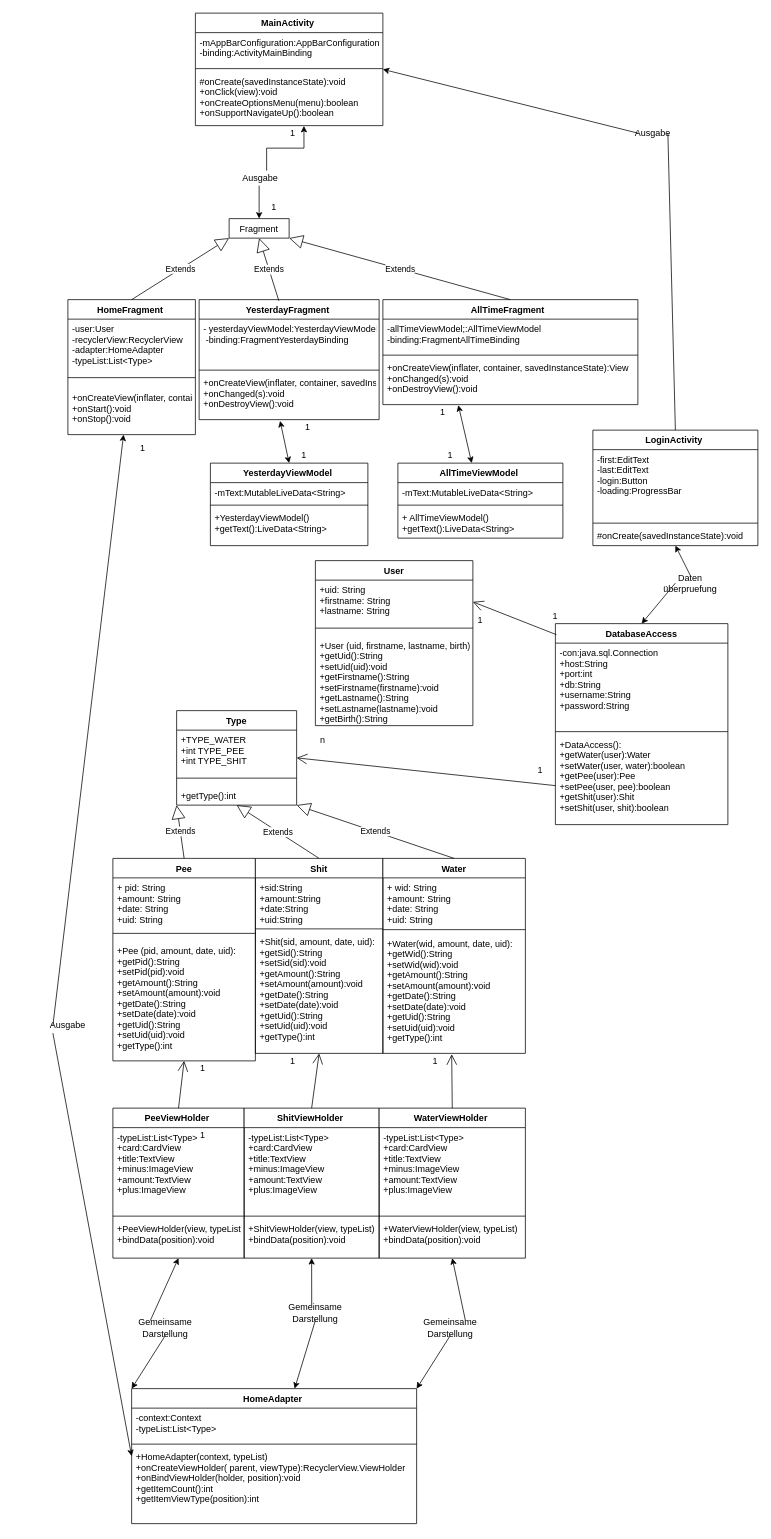
Above: Diagramme/Copy of Klassendiagramm.drawio in olisonsturm/LifestyleTracker (draw.io), before the change. Source tidied: cells renumbered, new cells numbered last; positions are measured from the earlier drawing's top-left corner, leaving out a move shared by most shapes. Both pictures are drawn from the tidied source at 75%, with x=0, y=0 at pixel (52, 13).
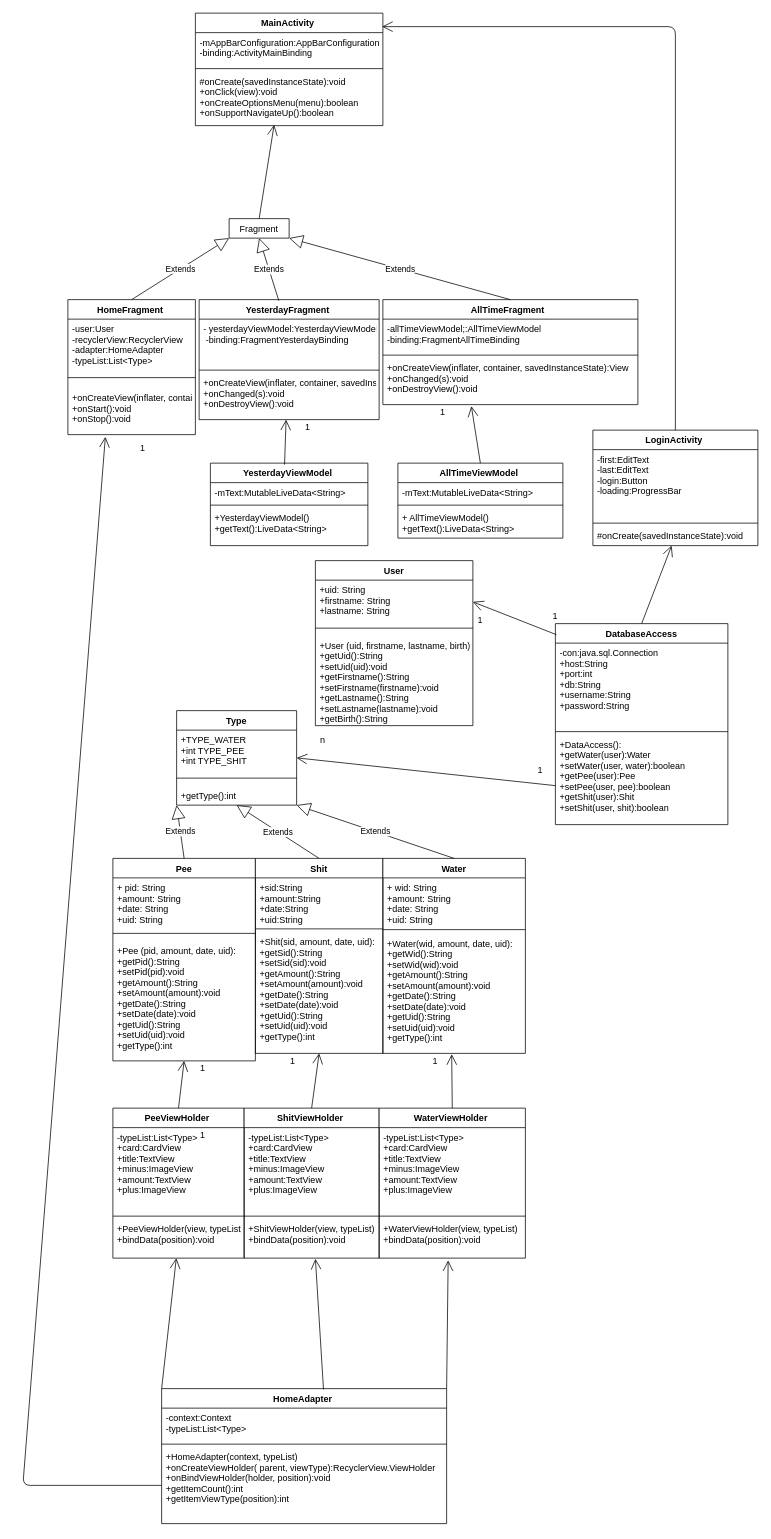
Above is the later version.

Unchanged cells that the change refers to:
```xml
<mxCell id="21" value="+HomeAdapter(context, typeList)&#10;+onCreateViewHolder( parent, viewType):RecyclerView.ViewHolder&#10;+onBindViewHolder(holder, position):void&#10;+getItemCount():int&#10;+getItemViewType(position):int" style="text;strokeColor=none;fillColor=none;align=left;verticalAlign=top;spacingLeft=4;spacingRight=4;overflow=hidden;points=[[0,0.5],[1,0.5]];portConstraint=eastwest;" parent="18" vertex="1">
  <mxGeometry y="78" width="380" height="102" as="geometry" />
</mxCell>
<mxCell id="22" value=" PeeViewHolder " style="swimlane;fontStyle=1;align=center;verticalAlign=top;horizontal=1;startSize=26;" parent="1" vertex="1">
  <mxGeometry x="80" y="1460" width="175" height="200" as="geometry" />
</mxCell>
<mxCell id="25" value="+PeeViewHolder(view, typeList)&#10;+bindData(position):void&#10;" style="text;strokeColor=none;fillColor=none;align=left;verticalAlign=top;spacingLeft=4;spacingRight=4;overflow=hidden;points=[[0,0.5],[1,0.5]];portConstraint=eastwest;" parent="22" vertex="1">
  <mxGeometry y="148" width="175" height="52" as="geometry" />
</mxCell>
<mxCell id="26" value="ShitViewHolder " style="swimlane;fontStyle=1;align=center;verticalAlign=top;horizontal=1;startSize=26;" parent="1" vertex="1">
  <mxGeometry x="255" y="1460" width="180" height="200" as="geometry" />
</mxCell>
<mxCell id="29" value="+ShitViewHolder(view, typeList)&#10;+bindData(position):void&#10;" style="text;strokeColor=none;fillColor=none;align=left;verticalAlign=top;spacingLeft=4;spacingRight=4;overflow=hidden;points=[[0,0.5],[1,0.5]];portConstraint=eastwest;" parent="26" vertex="1">
  <mxGeometry y="148" width="180" height="52" as="geometry" />
</mxCell>
<mxCell id="30" value="WaterViewHolder " style="swimlane;fontStyle=1;align=center;verticalAlign=top;horizontal=1;startSize=26;" parent="1" vertex="1">
  <mxGeometry x="435" y="1460" width="195" height="200" as="geometry" />
</mxCell>
<mxCell id="33" value="+WaterViewHolder(view, typeList)&#10;+bindData(position):void&#10;" style="text;strokeColor=none;fillColor=none;align=left;verticalAlign=top;spacingLeft=4;spacingRight=4;overflow=hidden;points=[[0,0.5],[1,0.5]];portConstraint=eastwest;" parent="30" vertex="1">
  <mxGeometry y="148" width="195" height="52" as="geometry" />
</mxCell>
<mxCell id="34" value="MainActivity " style="swimlane;fontStyle=1;align=center;verticalAlign=top;horizontal=1;startSize=26;" parent="1" vertex="1">
  <mxGeometry x="190" width="250" height="150" as="geometry" />
</mxCell>
<mxCell id="37" value="#onCreate(savedInstanceState):void&#10;+onClick(view):void&#10;+onCreateOptionsMenu(menu):boolean&#10;+onSupportNavigateUp():boolean&#10; " style="text;strokeColor=none;fillColor=none;align=left;verticalAlign=top;spacingLeft=4;spacingRight=4;overflow=hidden;points=[[0,0.5],[1,0.5]];portConstraint=eastwest;" parent="34" vertex="1">
  <mxGeometry y="78" width="250" height="72" as="geometry" />
</mxCell>
<mxCell id="41" value="+onCreateView(inflater, container, savedInstanceState):View&#10;+onChanged(s):void&#10;+onDestroyView():void" style="text;strokeColor=none;fillColor=none;align=left;verticalAlign=top;spacingLeft=4;spacingRight=4;overflow=hidden;points=[[0,0.5],[1,0.5]];portConstraint=eastwest;" parent="38" vertex="1">
  <mxGeometry y="78" width="340" height="62" as="geometry" />
</mxCell>
<mxCell id="42" value="AllTimeViewModel " style="swimlane;fontStyle=1;align=center;verticalAlign=top;horizontal=1;startSize=26;" parent="1" vertex="1">
  <mxGeometry x="460" y="600" width="220" height="100" as="geometry" />
</mxCell>
<mxCell id="46" value="HomeFragment " style="swimlane;fontStyle=1;align=center;verticalAlign=top;horizontal=1;startSize=26;" parent="1" vertex="1">
  <mxGeometry x="20" y="382" width="170" height="180" as="geometry" />
</mxCell>
<mxCell id="49" value="+onCreateView(inflater, container, savedInstanceState):View&#10;+onStart():void&#10;+onStop():void" style="text;strokeColor=none;fillColor=none;align=left;verticalAlign=top;spacingLeft=4;spacingRight=4;overflow=hidden;points=[[0,0.5],[1,0.5]];portConstraint=eastwest;" parent="46" vertex="1">
  <mxGeometry y="118" width="170" height="62" as="geometry" />
</mxCell>
<mxCell id="53" value="+onCreateView(inflater, container, savedInstanceState):View&#10;+onChanged(s):void&#10;+onDestroyView():void" style="text;strokeColor=none;fillColor=none;align=left;verticalAlign=top;spacingLeft=4;spacingRight=4;overflow=hidden;points=[[0,0.5],[1,0.5]];portConstraint=eastwest;" parent="50" vertex="1">
  <mxGeometry y="98" width="240" height="62" as="geometry" />
</mxCell>
<mxCell id="54" value="YesterdayViewModel " style="swimlane;fontStyle=1;align=center;verticalAlign=top;horizontal=1;startSize=26;" parent="1" vertex="1">
  <mxGeometry x="210" y="600" width="210" height="110" as="geometry" />
</mxCell>
<mxCell id="58" value="DatabaseAccess" style="swimlane;fontStyle=1;align=center;verticalAlign=top;horizontal=1;startSize=26;" parent="1" vertex="1">
  <mxGeometry x="670" y="814" width="230" height="268" as="geometry" />
</mxCell>
<mxCell id="62" value="LoginActivity " style="swimlane;fontStyle=1;align=center;verticalAlign=top;horizontal=1;startSize=26;" parent="1" vertex="1">
  <mxGeometry x="720" y="556" width="220" height="154" as="geometry" />
</mxCell>
<mxCell id="65" value="#onCreate(savedInstanceState):void" style="text;strokeColor=none;fillColor=none;align=left;verticalAlign=top;spacingLeft=4;spacingRight=4;overflow=hidden;points=[[0,0.5],[1,0.5]];portConstraint=eastwest;" parent="62" vertex="1">
  <mxGeometry y="128" width="220" height="26" as="geometry" />
</mxCell>
<mxCell id="74" value="Fragment" style="swimlane;fontStyle=0;horizontal=1;startSize=26;fillColor=none;" parent="1" vertex="1" collapsed="1">
  <mxGeometry x="235" y="274" width="80" height="26" as="geometry" />
</mxCell>
```

Diff of the diagram source:
```diff
@@
     <mxCell id="18" value="HomeAdapter " style="swimlane;fontStyle=1;align=center;verticalAlign=top;horizontal=1;startSize=26;" parent="1" vertex="1">
-      <mxGeometry x="105" y="1834" width="380" height="180" as="geometry" />
+      <mxGeometry x="145" y="1834" width="380" height="180" as="geometry" />
     </mxCell>
@@
-    <mxCell id="68" style="edgeStyle=orthogonalEdgeStyle;rounded=0;jettySize=auto;html=1;exitX=0.75;exitY=0;exitDx=0;exitDy=0;entryX=0.579;entryY=1.005;entryDx=0;entryDy=0;entryPerimeter=0;" parent="1" edge="1" source="70" target="37">
-      <mxGeometry relative="1" as="geometry" />
-    </mxCell>
-    <mxCell id="69" style="edgeStyle=orthogonalEdgeStyle;rounded=0;jettySize=auto;html=1;exitX=0.5;exitY=1;exitDx=0;exitDy=0;entryX=0.5;entryY=0;entryDx=0;entryDy=0;" parent="1" edge="1" source="70" target="74">
-      <mxGeometry relative="1" as="geometry" />
-    </mxCell>
-    <mxCell id="70" value="&amp;nbsp;Ausgabe" style="text;html=1;strokeColor=none;fillColor=none;align=center;verticalAlign=middle;whiteSpace=wrap;rounded=0;" parent="1" vertex="1">
-      <mxGeometry x="255" y="210" width="40" height="20" as="geometry" />
-    </mxCell>
-    <mxCell id="71" value="1" style="text;html=1;strokeColor=none;fillColor=none;align=center;verticalAlign=middle;whiteSpace=wrap;rounded=0;" parent="1" vertex="1">
-      <mxGeometry x="265" y="244" width="60" height="30" as="geometry" />
-    </mxCell>
-    <mxCell id="72" value="1" style="text;html=1;strokeColor=none;fillColor=none;align=center;verticalAlign=middle;whiteSpace=wrap;rounded=0;" parent="1" vertex="1">
-      <mxGeometry x="290" y="145" width="60" height="30" as="geometry" />
-    </mxCell>
@@
-    <mxCell id="80" style="endArrow=classic;html=1;exitX=0;exitY=0.5;exitDx=0;exitDy=0;entryX=1;entryY=0.5;entryDx=0;entryDy=0;startArrow=none;" parent="1" edge="1" source="81" target="34">
-      <mxGeometry relative="1" as="geometry" />
-    </mxCell>
-    <mxCell id="81" value="Ausgabe" style="text;html=1;strokeColor=none;fillColor=none;align=center;verticalAlign=middle;whiteSpace=wrap;rounded=0;" parent="1" vertex="1">
-      <mxGeometry x="780" y="150" width="40" height="20" as="geometry" />
-    </mxCell>
-    <mxCell id="82" style="endArrow=none;html=1;exitX=0.5;exitY=0;exitDx=0;exitDy=0;entryX=1;entryY=0.5;entryDx=0;entryDy=0;" parent="1" edge="1" source="62" target="81">
-      <mxGeometry relative="1" as="geometry" />
-    </mxCell>
-    <mxCell id="83" style="endArrow=classic;startArrow=none;html=1;entryX=0.5;entryY=1;entryDx=0;entryDy=0;exitX=0.5;exitY=0;exitDx=0;exitDy=0;" parent="1" edge="1" source="84" target="62">
-      <mxGeometry relative="1" as="geometry" />
-    </mxCell>
-    <mxCell id="84" value="Daten überpruefung" style="text;html=1;strokeColor=none;fillColor=none;align=center;verticalAlign=middle;whiteSpace=wrap;rounded=0;" parent="1" vertex="1">
-      <mxGeometry x="830" y="750" width="40" height="20" as="geometry" />
-    </mxCell>
-    <mxCell id="85" style="endArrow=none;startArrow=classic;html=1;entryX=0;entryY=0.5;entryDx=0;entryDy=0;exitX=0.5;exitY=0;exitDx=0;exitDy=0;" parent="1" edge="1" source="58" target="84">
-      <mxGeometry relative="1" as="geometry" />
-    </mxCell>
-    <mxCell id="86" style="endArrow=classic;startArrow=none;html=1;entryX=0.5;entryY=1;entryDx=0;entryDy=0;exitX=0;exitY=0;exitDx=0;exitDy=0;" parent="1" edge="1" source="89" target="22">
-      <mxGeometry relative="1" as="geometry" />
-    </mxCell>
-    <mxCell id="87" style="endArrow=classic;startArrow=none;html=1;entryX=0.5;entryY=1;entryDx=0;entryDy=0;exitX=0.378;exitY=0.013;exitDx=0;exitDy=0;exitPerimeter=0;" parent="1" edge="1" source="91" target="26">
-      <mxGeometry relative="1" as="geometry" />
-    </mxCell>
-    <mxCell id="88" style="endArrow=classic;startArrow=none;html=1;entryX=0.5;entryY=1;entryDx=0;entryDy=0;exitX=1;exitY=0;exitDx=0;exitDy=0;" parent="1" edge="1" source="93" target="30">
-      <mxGeometry relative="1" as="geometry" />
-    </mxCell>
-    <mxCell id="89" value="Gemeinsame Darstellung" style="text;html=1;strokeColor=none;fillColor=none;align=center;verticalAlign=middle;whiteSpace=wrap;rounded=0;" parent="1" vertex="1">
-      <mxGeometry x="130" y="1743" width="40" height="20" as="geometry" />
-    </mxCell>
-    <mxCell id="90" style="endArrow=none;startArrow=classic;html=1;entryX=0.5;entryY=1;entryDx=0;entryDy=0;exitX=0;exitY=0;exitDx=0;exitDy=0;exitPerimeter=0;" parent="1" edge="1" source="18" target="89">
-      <mxGeometry relative="1" as="geometry" />
-    </mxCell>
-    <mxCell id="91" value="Gemeinsame Darstellung" style="text;html=1;strokeColor=none;fillColor=none;align=center;verticalAlign=middle;whiteSpace=wrap;rounded=0;" parent="1" vertex="1">
-      <mxGeometry x="330" y="1723" width="40" height="20" as="geometry" />
-    </mxCell>
-    <mxCell id="92" style="endArrow=none;startArrow=classic;html=1;entryX=0.5;entryY=1;entryDx=0;entryDy=0;" parent="1" edge="1" source="18" target="91">
-      <mxGeometry relative="1" as="geometry" />
-    </mxCell>
-    <mxCell id="93" value="Gemeinsame Darstellung" style="text;html=1;strokeColor=none;fillColor=none;align=center;verticalAlign=middle;whiteSpace=wrap;rounded=0;" parent="1" vertex="1">
-      <mxGeometry x="510" y="1743" width="40" height="20" as="geometry" />
-    </mxCell>
-    <mxCell id="94" style="endArrow=none;startArrow=classic;html=1;entryX=0.5;entryY=1;entryDx=0;entryDy=0;exitX=1;exitY=0;exitDx=0;exitDy=0;" parent="1" edge="1" source="18" target="93">
-      <mxGeometry relative="1" as="geometry" />
-    </mxCell>
-    <mxCell id="95" style="endArrow=classic;startArrow=classic;html=1;entryX=0.296;entryY=1.011;entryDx=0;entryDy=0;entryPerimeter=0;" parent="1" edge="1" source="42" target="41">
-      <mxGeometry relative="1" as="geometry" />
-    </mxCell>
-    <mxCell id="96" style="endArrow=classic;startArrow=classic;html=1;exitX=0.5;exitY=0;exitDx=0;exitDy=0;entryX=0.45;entryY=1.027;entryDx=0;entryDy=0;entryPerimeter=0;" parent="1" edge="1" source="54" target="53">
-      <mxGeometry relative="1" as="geometry" />
-    </mxCell>
-    <mxCell id="97" style="endArrow=classic;startArrow=none;html=1;exitX=0;exitY=0.5;exitDx=0;exitDy=0;" parent="1" edge="1" source="98" target="46">
-      <mxGeometry relative="1" as="geometry" />
-    </mxCell>
-    <mxCell id="98" value="Ausgabe" style="text;html=1;strokeColor=none;fillColor=none;align=center;verticalAlign=middle;whiteSpace=wrap;rounded=0;" parent="1" vertex="1">
-      <mxGeometry y="1340" width="40" height="20" as="geometry" />
-    </mxCell>
-    <mxCell id="99" style="endArrow=none;startArrow=classic;html=1;exitX=0;exitY=0.5;exitDx=0;exitDy=0;entryX=0;entryY=1;entryDx=0;entryDy=0;" parent="1" edge="1" source="18" target="98">
-      <mxGeometry relative="1" as="geometry" />
-    </mxCell>
@@
-    <mxCell id="106" value="1" style="text;html=1;strokeColor=none;fillColor=none;align=center;verticalAlign=middle;whiteSpace=wrap;rounded=0;" parent="1" vertex="1">
-      <mxGeometry x="315" y="580" width="40" height="20" as="geometry" />
-    </mxCell>
@@
-    <mxCell id="109" value="1" style="text;html=1;strokeColor=none;fillColor=none;align=center;verticalAlign=middle;whiteSpace=wrap;rounded=0;" parent="1" vertex="1">
-      <mxGeometry x="510" y="580" width="40" height="20" as="geometry" />
-    </mxCell>
@@
+    <mxCell id="120" style="endArrow=open;endFill=1;endSize=12;html=1;exitX=0.5;exitY=0;exitDx=0;exitDy=0;entryX=0.996;entryY=0.12;entryDx=0;entryDy=0;entryPerimeter=0;" parent="1" edge="1" source="62" target="34">
+      <mxGeometry relative="1" as="geometry">
+        <Array as="points">
+          <mxPoint x="830" y="18" />
+        </Array>
+      </mxGeometry>
+    </mxCell>
+    <mxCell id="121" style="endArrow=open;endFill=1;endSize=12;html=1;exitX=0.5;exitY=0;exitDx=0;exitDy=0;" parent="1" edge="1" source="58" target="65">
+      <mxGeometry relative="1" as="geometry" />
+    </mxCell>
+    <mxCell id="122" style="endArrow=open;endFill=1;endSize=12;html=1;exitX=0.5;exitY=0;exitDx=0;exitDy=0;entryX=0.42;entryY=0.986;entryDx=0;entryDy=0;entryPerimeter=0;" parent="1" edge="1" source="74" target="37">
+      <mxGeometry relative="1" as="geometry" />
+    </mxCell>
+    <mxCell id="123" style="endArrow=open;endFill=1;endSize=12;html=1;exitX=0;exitY=0.5;exitDx=0;exitDy=0;entryX=0.294;entryY=1.048;entryDx=0;entryDy=0;entryPerimeter=0;" parent="1" edge="1" source="21" target="49">
+      <mxGeometry relative="1" as="geometry">
+        <Array as="points">
+          <mxPoint x="-40" y="1963" />
+        </Array>
+      </mxGeometry>
+    </mxCell>
+    <mxCell id="96" style="endArrow=open;endFill=1;endSize=12;html=1;exitX=0.471;exitY=0.018;exitDx=0;exitDy=0;entryX=0.483;entryY=1;entryDx=0;entryDy=0;entryPerimeter=0;exitPerimeter=0;" parent="1" edge="1" source="54" target="53">
+      <mxGeometry relative="1" as="geometry" />
+    </mxCell>
+    <mxCell id="95" style="endArrow=open;endFill=1;endSize=12;html=1;exitX=0.5;exitY=0;exitDx=0;exitDy=0;entryX=0.347;entryY=1.032;entryDx=0;entryDy=0;entryPerimeter=0;" parent="1" edge="1" source="42" target="41">
+      <mxGeometry relative="1" as="geometry" />
+    </mxCell>
+    <mxCell id="124" style="endArrow=open;endFill=1;endSize=12;html=1;exitX=1;exitY=0;exitDx=0;exitDy=0;entryX=0.472;entryY=1.058;entryDx=0;entryDy=0;entryPerimeter=0;" parent="1" edge="1" source="18" target="33">
+      <mxGeometry relative="1" as="geometry" />
+    </mxCell>
+    <mxCell id="125" style="endArrow=open;endFill=1;endSize=12;html=1;exitX=0.568;exitY=0.006;exitDx=0;exitDy=0;exitPerimeter=0;entryX=0.528;entryY=1.019;entryDx=0;entryDy=0;entryPerimeter=0;" parent="1" edge="1" source="18" target="29">
+      <mxGeometry relative="1" as="geometry" />
+    </mxCell>
+    <mxCell id="126" style="endArrow=open;endFill=1;endSize=12;html=1;exitX=0;exitY=0;exitDx=0;exitDy=0;" parent="1" edge="1" source="18" target="25">
+      <mxGeometry relative="1" as="geometry" />
+    </mxCell>
```
